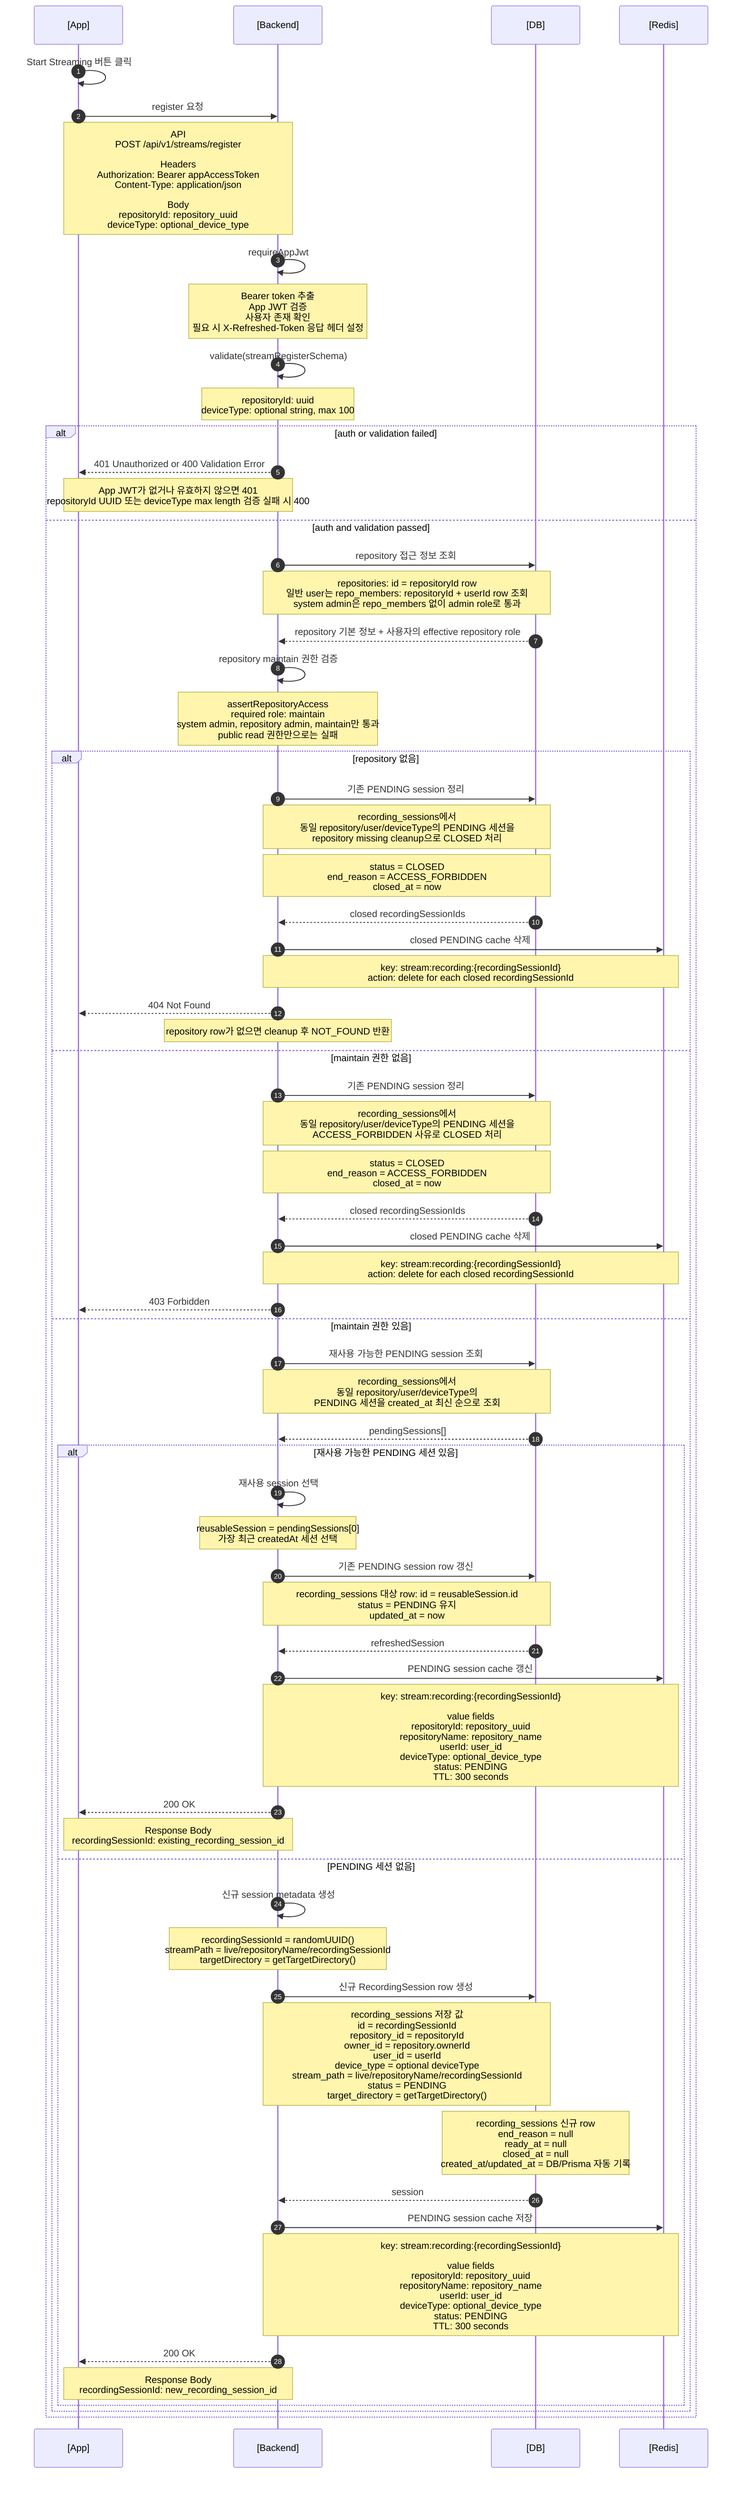
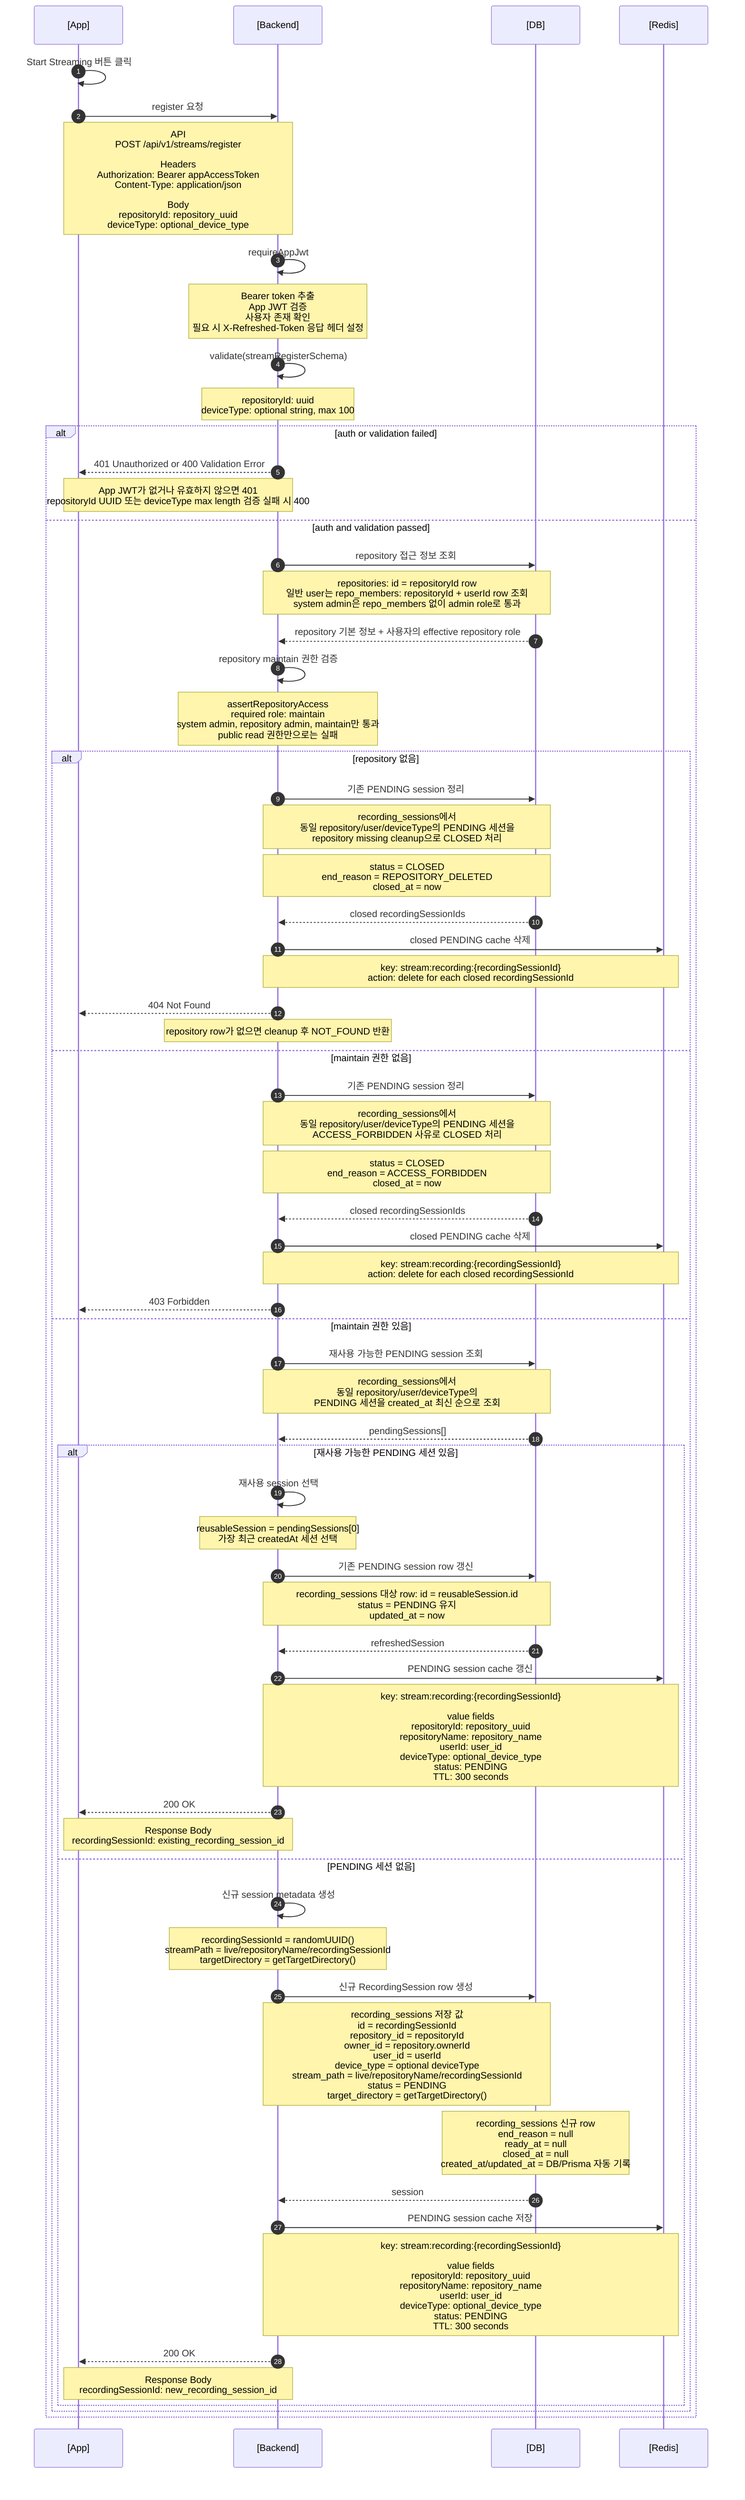
sequenceDiagram
  autonumber
  participant App as [App]
  participant Backend as [Backend]
  participant DB as [DB]
  participant Redis as [Redis]

  App->>App: Start Streaming 버튼 클릭
  App->>Backend: register 요청
  Note over App,Backend: API<br/>POST /api/v1/streams/register<br/><br/>Headers<br/>Authorization: Bearer appAccessToken<br/>Content-Type: application/json<br/><br/>Body<br/>repositoryId: repository_uuid<br/>deviceType: optional_device_type

  Backend->>Backend: requireAppJwt
  Note over Backend: Bearer token 추출<br/>App JWT 검증<br/>사용자 존재 확인<br/>필요 시 X-Refreshed-Token 응답 헤더 설정
  Backend->>Backend: validate(streamRegisterSchema)
  Note over Backend: repositoryId: uuid<br/>deviceType: optional string, max 100

  alt auth or validation failed
    Backend-->>App: 401 Unauthorized or 400 Validation Error
    Note over Backend,App: App JWT가 없거나 유효하지 않으면 401<br/>repositoryId UUID 또는 deviceType max length 검증 실패 시 400
  else auth and validation passed
  Backend->>DB: repository 접근 정보 조회
  Note over Backend,DB: repositories: id = repositoryId row<br/>일반 user는 repo_members: repositoryId + userId row 조회<br/>system admin은 repo_members 없이 admin role로 통과
  DB-->>Backend: repository 기본 정보 + 사용자의 effective repository role
  Backend->>Backend: repository maintain 권한 검증
  Note over Backend: assertRepositoryAccess<br/>required role: maintain<br/>system admin, repository admin, maintain만 통과<br/>public read 권한만으로는 실패

  alt repository 없음
    Backend->>DB: 기존 PENDING session 정리
    Note over Backend,DB: recording_sessions에서<br/>동일 repository/user/deviceType의 PENDING 세션을<br/>repository missing cleanup으로 CLOSED 처리
-     Note over Backend,DB: status = CLOSED<br/>end_reason = ACCESS_FORBIDDEN<br/>closed_at = now
+     Note over Backend,DB: status = CLOSED<br/>end_reason = REPOSITORY_DELETED<br/>closed_at = now
    DB-->>Backend: closed recordingSessionIds
    Backend->>Redis: closed PENDING cache 삭제
    Note over Backend,Redis: key: stream:recording:{recordingSessionId}<br/>action: delete for each closed recordingSessionId
    Backend-->>App: 404 Not Found
    Note over Backend: repository row가 없으면 cleanup 후 NOT_FOUND 반환
  else maintain 권한 없음
    Backend->>DB: 기존 PENDING session 정리
    Note over Backend,DB: recording_sessions에서<br/>동일 repository/user/deviceType의 PENDING 세션을<br/>ACCESS_FORBIDDEN 사유로 CLOSED 처리
    Note over Backend,DB: status = CLOSED<br/>end_reason = ACCESS_FORBIDDEN<br/>closed_at = now
    DB-->>Backend: closed recordingSessionIds
    Backend->>Redis: closed PENDING cache 삭제
    Note over Backend,Redis: key: stream:recording:{recordingSessionId}<br/>action: delete for each closed recordingSessionId
    Backend-->>App: 403 Forbidden
  else maintain 권한 있음
    Backend->>DB: 재사용 가능한 PENDING session 조회
    Note over Backend,DB: recording_sessions에서<br/>동일 repository/user/deviceType의<br/>PENDING 세션을 created_at 최신 순으로 조회
    DB-->>Backend: pendingSessions[]

    alt 재사용 가능한 PENDING 세션 있음
      Backend->>Backend: 재사용 session 선택
      Note over Backend: reusableSession = pendingSessions[0]<br/>가장 최근 createdAt 세션 선택
      Backend->>DB: 기존 PENDING session row 갱신
      Note over Backend,DB: recording_sessions 대상 row: id = reusableSession.id<br/>status = PENDING 유지<br/>updated_at = now
      DB-->>Backend: refreshedSession
      Backend->>Redis: PENDING session cache 갱신
      Note over Backend,Redis: key: stream:recording:{recordingSessionId}<br/><br/>value fields<br/>repositoryId: repository_uuid<br/>repositoryName: repository_name<br/>userId: user_id<br/>deviceType: optional_device_type<br/>status: PENDING<br/>TTL: 300 seconds
      Backend-->>App: 200 OK
      Note over App,Backend: Response Body<br/>recordingSessionId: existing_recording_session_id
    else PENDING 세션 없음
      Backend->>Backend: 신규 session metadata 생성
      Note over Backend: recordingSessionId = randomUUID()<br/>streamPath = live/repositoryName/recordingSessionId<br/>targetDirectory = getTargetDirectory()
      Backend->>DB: 신규 RecordingSession row 생성
      Note over Backend,DB: recording_sessions 저장 값<br/>id = recordingSessionId<br/>repository_id = repositoryId<br/>owner_id = repository.ownerId<br/>user_id = userId<br/>device_type = optional deviceType<br/>stream_path = live/repositoryName/recordingSessionId<br/>status = PENDING<br/>target_directory = getTargetDirectory()
      Note over DB: recording_sessions 신규 row<br/>end_reason = null<br/>ready_at = null<br/>closed_at = null<br/>created_at/updated_at = DB/Prisma 자동 기록
      DB-->>Backend: session
      Backend->>Redis: PENDING session cache 저장
      Note over Backend,Redis: key: stream:recording:{recordingSessionId}<br/><br/>value fields<br/>repositoryId: repository_uuid<br/>repositoryName: repository_name<br/>userId: user_id<br/>deviceType: optional_device_type<br/>status: PENDING<br/>TTL: 300 seconds
      Backend-->>App: 200 OK
      Note over App,Backend: Response Body<br/>recordingSessionId: new_recording_session_id
    end
  end
  end

%% 참고:
%% PENDING session을 별도로 CLOSED 정리하는 background reconcile loop는 없다.
%% PENDING Redis cache TTL은 300초이며, publish-ticket은 이 cache가 남아 있는 PENDING session만 허용한다.
%% Redis cache가 만료된 old PENDING DB row는 다음 register에서 재사용되면 cache가 다시 갱신된다.
%% Access failure cleanup은 repository가 삭제되어 NOT_FOUND가 발생했거나,
%% repository는 존재하지만 현재 사용자가 maintain 권한을 잃어 FORBIDDEN이 발생한 경우에 수행된다.
+ %% NOT_FOUND cleanup은 end_reason=REPOSITORY_DELETED, FORBIDDEN cleanup은 end_reason=ACCESS_FORBIDDEN으로 기록한다.
%% repository missing cleanup은 이미 삭제된 repository를 가리키는 PENDING session이 DB에 영구히 남지 않도록 정리한다.
%% 다음 단계는 App이 반환받은 recordingSessionId로 POST /api/v1/streams/{recordingSessionId}/publish-ticket을 호출하는 흐름이다.
